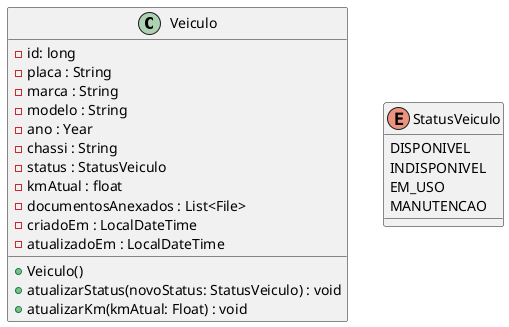
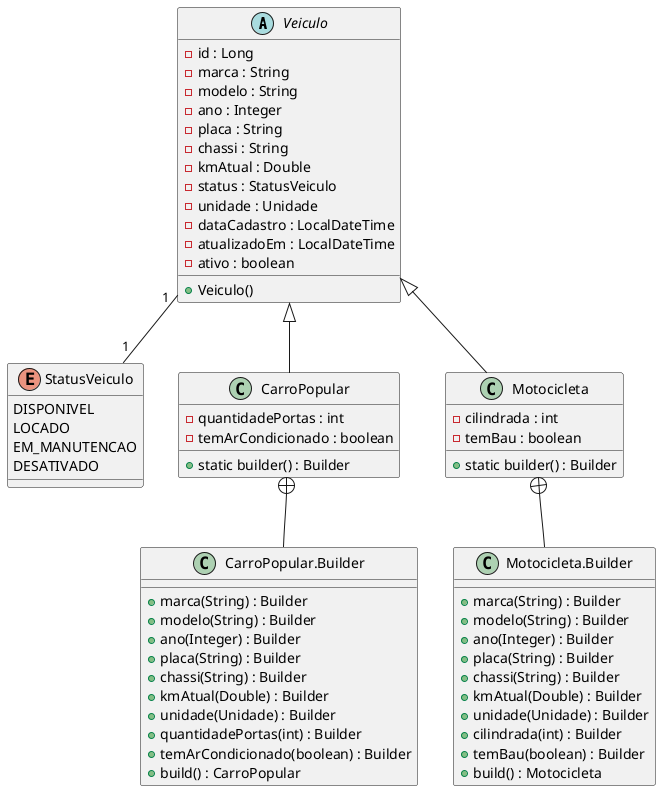
@startuml

- class Veiculo {
-   - id: long
-   - placa : String
+ abstract class Veiculo {
+   - id : Long
  - marca : String
  - modelo : String
-   - ano : Year
+   - ano : Integer
+   - placa : String
  - chassi : String
+   - kmAtual : Double
  - status : StatusVeiculo
-   - kmAtual : float
-   - documentosAnexados : List<File>
-   - criadoEm : LocalDateTime
+   - unidade : Unidade
+   - dataCadastro : LocalDateTime
  - atualizadoEm : LocalDateTime
+   - ativo : boolean
  + Veiculo()
-   + atualizarStatus(novoStatus: StatusVeiculo) : void
-   + atualizarKm(kmAtual: Float) : void
}

enum StatusVeiculo {
  DISPONIVEL
-   INDISPONIVEL
-   EM_USO
-   MANUTENCAO
+   LOCADO
+   EM_MANUTENCAO
+   DESATIVADO
}
+ 
+ class CarroPopular {
+   - quantidadePortas : int
+   - temArCondicionado : boolean
+   + static builder() : Builder
+ }
+ 
+ class "CarroPopular.Builder" as CarroPopularBuilder {
+   + marca(String) : Builder
+   + modelo(String) : Builder
+   + ano(Integer) : Builder
+   + placa(String) : Builder
+   + chassi(String) : Builder
+   + kmAtual(Double) : Builder
+   + unidade(Unidade) : Builder
+   + quantidadePortas(int) : Builder
+   + temArCondicionado(boolean) : Builder
+   + build() : CarroPopular
+ }
+ 
+ class Motocicleta {
+   - cilindrada : int
+   - temBau : boolean
+   + static builder() : Builder
+ }
+ 
+ class "Motocicleta.Builder" as MotocicletaBuilder {
+   + marca(String) : Builder
+   + modelo(String) : Builder
+   + ano(Integer) : Builder
+   + placa(String) : Builder
+   + chassi(String) : Builder
+   + kmAtual(Double) : Builder
+   + unidade(Unidade) : Builder
+   + cilindrada(int) : Builder
+   + temBau(boolean) : Builder
+   + build() : Motocicleta
+ }
+ 
+ Veiculo <|-- CarroPopular
+ Veiculo <|-- Motocicleta
+ Veiculo "1" -- "1" StatusVeiculo
+ CarroPopular +-- CarroPopularBuilder
+ Motocicleta +-- MotocicletaBuilder
+ 
@enduml
